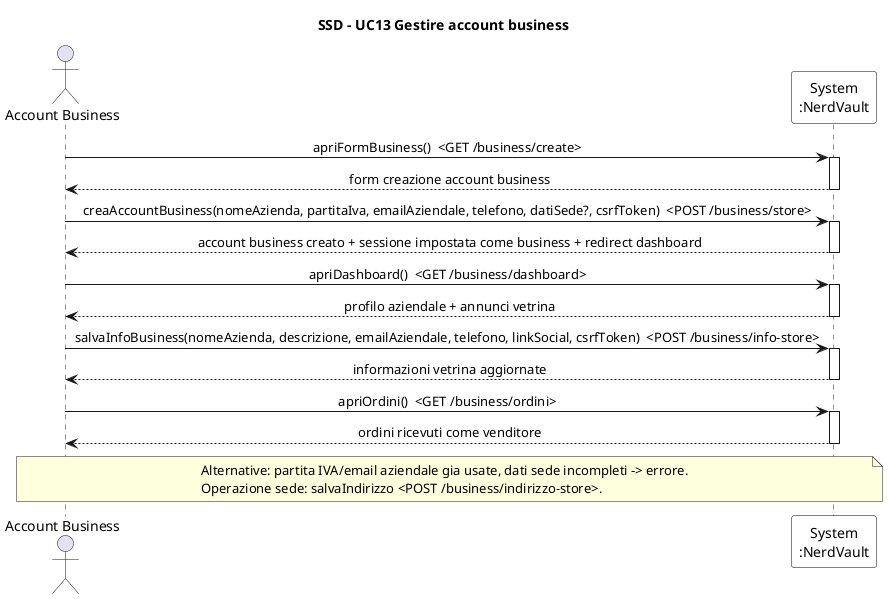
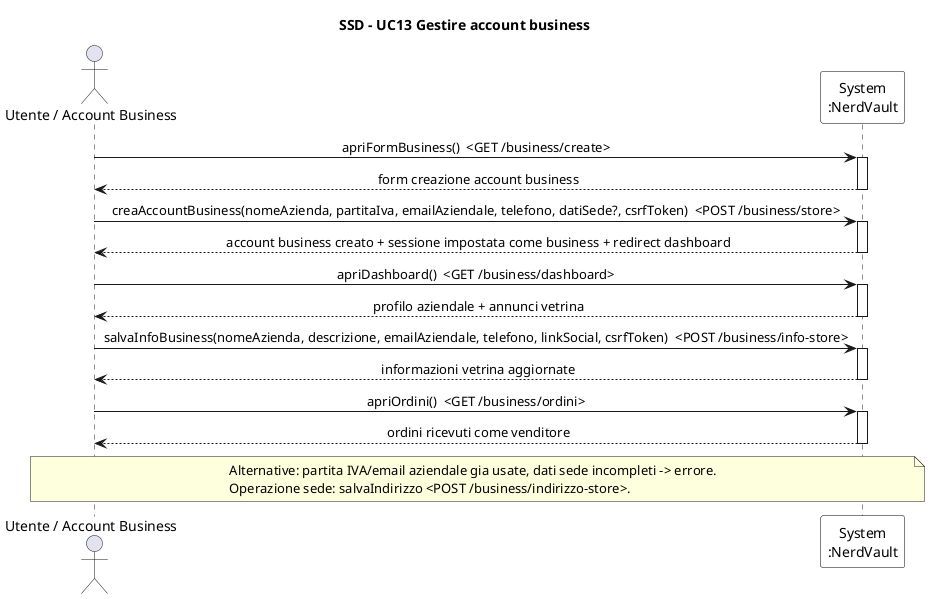
@startuml SSD_UC13_AccountBusiness
' System Sequence Diagram - UC13 Gestire account business
title SSD - UC13 Gestire account business

skinparam sequenceMessageAlign center
skinparam participant {
  BorderColor black
  BackgroundColor white
}

- actor "Account Business" as U
+ actor "Utente / Account Business" as U
participant "System\n:NerdVault" as S

U -> S : apriFormBusiness()  <GET /business/create>
activate S
S --> U : form creazione account business
deactivate S

U -> S : creaAccountBusiness(nomeAzienda, partitaIva, emailAziendale, telefono, datiSede?, csrfToken)  <POST /business/store>
activate S
S --> U : account business creato + sessione impostata come business + redirect dashboard
deactivate S

U -> S : apriDashboard()  <GET /business/dashboard>
activate S
S --> U : profilo aziendale + annunci vetrina
deactivate S

U -> S : salvaInfoBusiness(nomeAzienda, descrizione, emailAziendale, telefono, linkSocial, csrfToken)  <POST /business/info-store>
activate S
S --> U : informazioni vetrina aggiornate
deactivate S

U -> S : apriOrdini()  <GET /business/ordini>
activate S
S --> U : ordini ricevuti come venditore
deactivate S

note over U, S
  Alternative: partita IVA/email aziendale gia usate, dati sede incompleti -> errore.
  Operazione sede: salvaIndirizzo <POST /business/indirizzo-store>.
end note
@enduml
